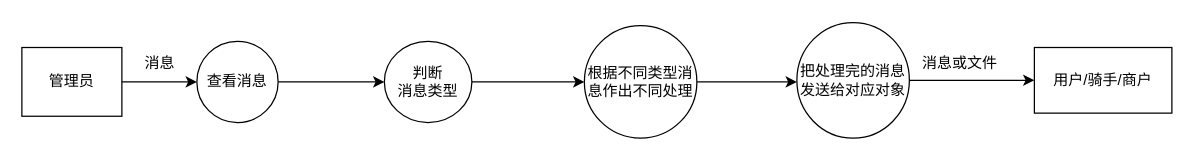
The draw.io diagram page "管理员当前系统逻辑模型" (2 of 14) of Untitled Diagram.drawio in czely/czely.github.io, before the edit. Source tidied: cells renumbered, new cells numbered last; positions are measured from the earlier drawing's top-left corner, leaving out a move shared by most shapes. Both pictures are drawn from the tidied source at 125%, with x=0, y=0 at pixel (21, 22).
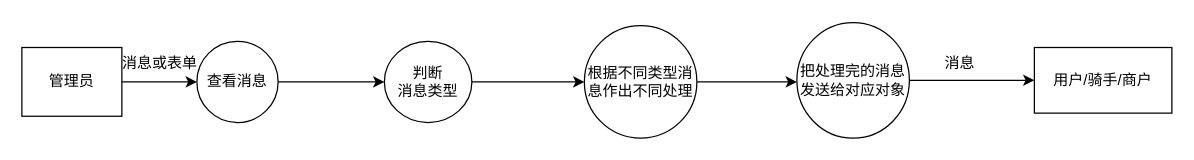
The same page after the edit.

What changed in the source:
```diff
@@
 <mxGraphModel>
   <root>
     <mxCell id="0" />
     <mxCell id="1" parent="0" />
     <mxCell id="2" value="查看消息" style="ellipse;whiteSpace=wrap;html=1;" parent="1" vertex="1">
       <mxGeometry x="140" y="14.5" width="65" height="65" as="geometry" />
     </mxCell>
     <mxCell id="3" value="管理员" style="rounded=0;whiteSpace=wrap;html=1;" parent="1" vertex="1">
       <mxGeometry y="19.5" width="80" height="55" as="geometry" />
     </mxCell>
     <mxCell id="4" style="edgeStyle=orthogonalEdgeStyle;rounded=0;jettySize=auto;html=1;exitX=1;exitY=0.5;exitDx=0;exitDy=0;entryX=0;entryY=0.5;entryDx=0;entryDy=0;" parent="1" edge="1" source="5" target="7">
       <mxGeometry relative="1" as="geometry" />
     </mxCell>
     <mxCell id="5" value="判断&lt;br&gt;消息类型" style="ellipse;whiteSpace=wrap;html=1;" parent="1" vertex="1">
       <mxGeometry x="290" y="14.5" width="70" height="65" as="geometry" />
     </mxCell>
     <mxCell id="6" style="edgeStyle=orthogonalEdgeStyle;rounded=0;jettySize=auto;html=1;exitX=1;exitY=0.5;exitDx=0;exitDy=0;" parent="1" edge="1" source="7">
       <mxGeometry relative="1" as="geometry">
         <mxPoint x="620" y="47" as="targetPoint" />
       </mxGeometry>
     </mxCell>
     <mxCell id="7" value="根据不同类型消息作出不同处理" style="ellipse;whiteSpace=wrap;html=1;" parent="1" vertex="1">
       <mxGeometry x="450" y="2" width="90" height="90" as="geometry" />
     </mxCell>
     <mxCell id="8" style="edgeStyle=orthogonalEdgeStyle;rounded=0;jettySize=auto;html=1;" parent="1" edge="1" source="9" target="10">
       <mxGeometry relative="1" as="geometry" />
     </mxCell>
     <mxCell id="9" value="把处理完的消息&lt;br&gt;发送给对应对象" style="ellipse;whiteSpace=wrap;html=1;" parent="1" vertex="1">
       <mxGeometry x="620" y="-0.5" width="90" height="92.5" as="geometry" />
     </mxCell>
     <mxCell id="10" value="用户/骑手/商户" style="whiteSpace=wrap;html=1;" parent="1" vertex="1">
       <mxGeometry x="810" y="19.5" width="110" height="52.5" as="geometry" />
     </mxCell>
     <mxCell id="11" style="endArrow=classic;html=1;exitX=1;exitY=0.5;exitDx=0;exitDy=0;entryX=0;entryY=0.5;entryDx=0;entryDy=0;" parent="1" edge="1" source="3" target="2">
       <mxGeometry relative="1" as="geometry" />
     </mxCell>
     <mxCell id="12" style="edgeStyle=orthogonalEdgeStyle;rounded=0;jettySize=auto;html=1;exitX=1;exitY=0.5;exitDx=0;exitDy=0;entryX=0;entryY=0.5;entryDx=0;entryDy=0;" parent="1" edge="1" source="2" target="5">
       <mxGeometry relative="1" as="geometry" />
     </mxCell>
-    <mxCell id="13" value="消息或文件" style="text;html=1;align=center;verticalAlign=middle;" parent="1" vertex="1">
-      <mxGeometry x="710" y="22" width="80" height="20" as="geometry" />
+    <mxCell id="13" value="消息" style="text;html=1;align=center;verticalAlign=middle;" parent="1" vertex="1">
+      <mxGeometry x="730" y="22" width="40" height="20" as="geometry" />
     </mxCell>
-    <mxCell id="14" value="消息" style="text;html=1;align=center;verticalAlign=middle;" parent="1" vertex="1">
-      <mxGeometry x="90" y="22" width="40" height="20" as="geometry" />
+    <mxCell id="14" value="消息或表单" style="text;html=1;align=center;verticalAlign=middle;" parent="1" vertex="1">
+      <mxGeometry x="70" y="22" width="80" height="20" as="geometry" />
     </mxCell>
   </root>
 </mxGraphModel>
```
